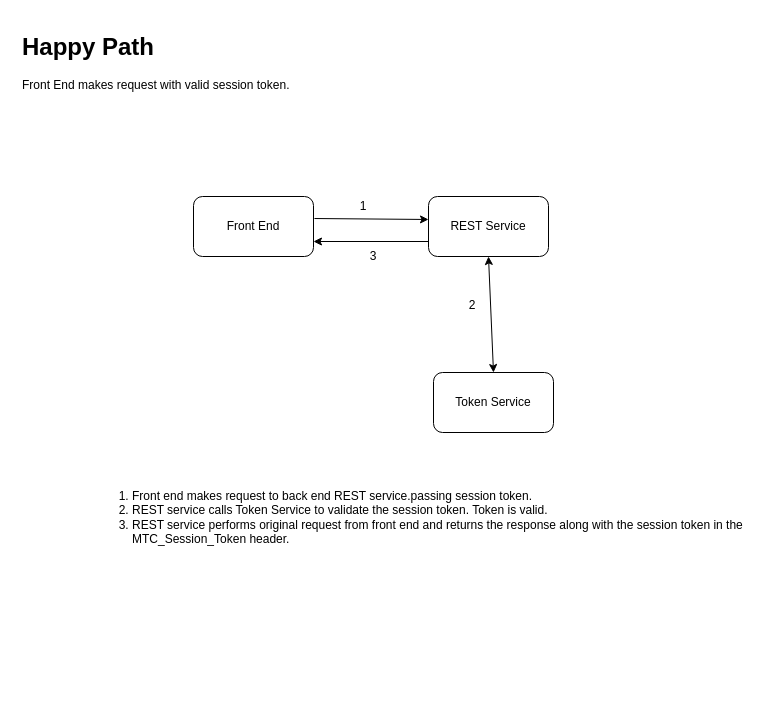
Earlier version of the draw.io diagram page "Page-1" (1 of 6) of SessionTokenFlow.drawio (bbarrington42/token-service-flows). Source tidied: cells renumbered, new cells numbered last; positions are measured from the earlier drawing's top-left corner, leaving out a move shared by most shapes. Both pictures are drawn from the tidied source at 100%, with x=0, y=0 at pixel (17, 27).
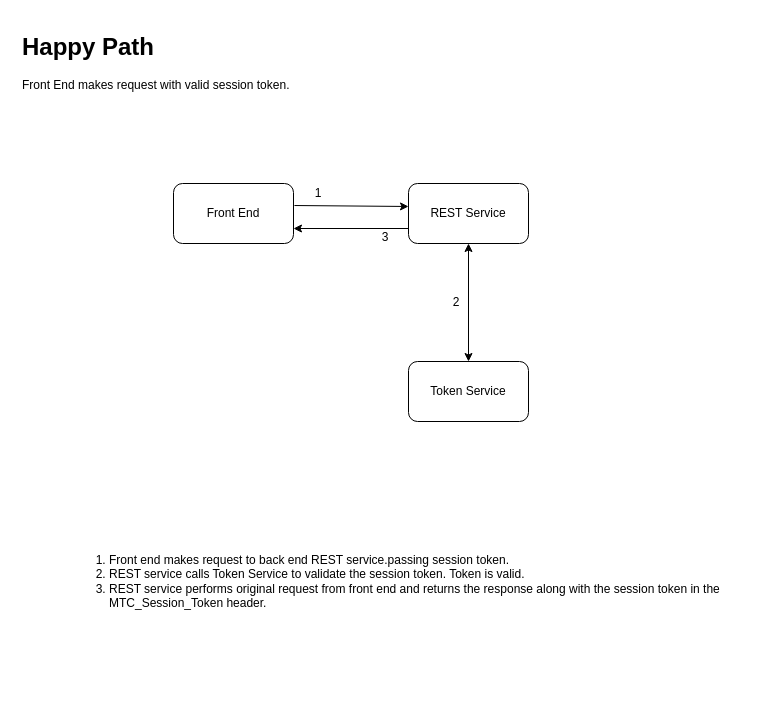
The same page after the edit.

Change to the diagram source:
```diff
@@
 <mxGraphModel>
   <root>
     <mxCell id="0" />
     <mxCell id="1" parent="0" />
     <mxCell id="2" value="&lt;ol&gt;&lt;li&gt;Front end makes request to back end REST service.passing session token.&lt;/li&gt;&lt;li&gt;REST service calls Token Service to validate the session token. Token is valid.&lt;/li&gt;&lt;li&gt;REST service performs original request from front end and returns the response along with the session token in the MTC_Session_Token header.&amp;nbsp;&lt;/li&gt;&lt;/ol&gt;" style="text;strokeColor=none;fillColor=none;html=1;whiteSpace=wrap;verticalAlign=middle;overflow=hidden;" parent="1" vertex="1">
-      <mxGeometry x="73" y="340" width="660" height="300" as="geometry" />
+      <mxGeometry x="50" y="443" width="660" height="221" as="geometry" />
     </mxCell>
     <mxCell id="3" value="&lt;h1&gt;Happy Path&lt;/h1&gt;&lt;div&gt;Front End makes request with valid session token.&lt;/div&gt;" style="text;html=1;strokeColor=none;fillColor=none;spacing=5;spacingTop=-20;whiteSpace=wrap;overflow=hidden;rounded=0;" parent="1" vertex="1">
       <mxGeometry width="668" height="120" as="geometry" />
     </mxCell>
-    <mxCell id="4" style="group;" parent="1" vertex="1">
-      <mxGeometry x="176" y="169" width="360" height="236" as="geometry" />
-    </mxCell>
+    <mxCell id="15" style="group;" parent="1" vertex="1">
+      <mxGeometry x="156" y="156" width="355" height="238" as="geometry" />
+    </mxCell>
-    <mxCell id="5" value="Front End" style="rounded=1;whiteSpace=wrap;html=1;" parent="4" vertex="1">
+    <mxCell id="5" value="Front End" style="rounded=1;whiteSpace=wrap;html=1;" parent="15" vertex="1">
       <mxGeometry width="120" height="60" as="geometry" />
     </mxCell>
-    <mxCell id="6" value="REST Service" style="rounded=1;whiteSpace=wrap;html=1;" parent="4" vertex="1">
+    <mxCell id="6" value="REST Service" style="rounded=1;whiteSpace=wrap;html=1;" parent="15" vertex="1">
       <mxGeometry x="235" width="120" height="60" as="geometry" />
     </mxCell>
-    <mxCell id="7" value="Token Service" style="rounded=1;whiteSpace=wrap;html=1;" parent="4" vertex="1">
-      <mxGeometry x="240" y="176" width="120" height="60" as="geometry" />
+    <mxCell id="7" value="Token Service" style="rounded=1;whiteSpace=wrap;html=1;" parent="15" vertex="1">
+      <mxGeometry x="235" y="178" width="120" height="60" as="geometry" />
     </mxCell>
-    <mxCell id="8" style="endArrow=classic;html=1;entryX=0;entryY=0.383;entryDx=0;entryDy=0;entryPerimeter=0;exitX=1.008;exitY=0.367;exitDx=0;exitDy=0;exitPerimeter=0;" parent="4" edge="1" source="5" target="6">
+    <mxCell id="8" style="endArrow=classic;html=1;entryX=0;entryY=0.383;entryDx=0;entryDy=0;entryPerimeter=0;exitX=1.008;exitY=0.367;exitDx=0;exitDy=0;exitPerimeter=0;" parent="15" edge="1" source="5" target="6">
       <mxGeometry relative="1" as="geometry" />
     </mxCell>
-    <mxCell id="9" value="1" style="text;html=1;strokeColor=none;fillColor=none;align=center;verticalAlign=middle;whiteSpace=wrap;rounded=0;" parent="4" vertex="1">
-      <mxGeometry x="150" width="40" height="20" as="geometry" />
+    <mxCell id="9" value="1" style="text;html=1;strokeColor=none;fillColor=none;align=center;verticalAlign=middle;whiteSpace=wrap;rounded=0;" parent="15" vertex="1">
+      <mxGeometry x="125" width="40" height="20" as="geometry" />
     </mxCell>
-    <mxCell id="10" style="endArrow=classic;html=1;entryX=1;entryY=0.75;entryDx=0;entryDy=0;exitX=0;exitY=0.75;exitDx=0;exitDy=0;" parent="4" edge="1" source="6" target="5">
+    <mxCell id="10" style="endArrow=classic;html=1;entryX=1;entryY=0.75;entryDx=0;entryDy=0;exitX=0;exitY=0.75;exitDx=0;exitDy=0;" parent="15" edge="1" source="6" target="5">
       <mxGeometry relative="1" as="geometry" />
     </mxCell>
-    <mxCell id="11" value="3" style="text;html=1;strokeColor=none;fillColor=none;align=center;verticalAlign=middle;whiteSpace=wrap;rounded=0;" parent="4" vertex="1">
-      <mxGeometry x="160" y="50" width="40" height="20" as="geometry" />
+    <mxCell id="11" value="3" style="text;html=1;strokeColor=none;fillColor=none;align=center;verticalAlign=middle;whiteSpace=wrap;rounded=0;" parent="15" vertex="1">
+      <mxGeometry x="192" y="44" width="40" height="20" as="geometry" />
     </mxCell>
-    <mxCell id="12" style="group;" parent="4" vertex="1">
-      <mxGeometry x="259" y="99" width="40" height="20" as="geometry" />
+    <mxCell id="12" style="group;" parent="15" vertex="1">
+      <mxGeometry x="263" y="109" width="40" height="20" as="geometry" />
     </mxCell>
     <mxCell id="13" value="2" style="text;html=1;strokeColor=none;fillColor=none;align=center;verticalAlign=middle;whiteSpace=wrap;rounded=0;" parent="12" vertex="1">
       <mxGeometry width="40" height="20" as="geometry" />
     </mxCell>
-    <mxCell id="14" style="endArrow=classic;startArrow=classic;html=1;exitX=0.5;exitY=0;exitDx=0;exitDy=0;entryX=0.5;entryY=1;entryDx=0;entryDy=0;" parent="4" edge="1" source="7" target="6">
+    <mxCell id="14" style="endArrow=classic;startArrow=classic;html=1;exitX=0.5;exitY=0;exitDx=0;exitDy=0;entryX=0.5;entryY=1;entryDx=0;entryDy=0;" parent="15" edge="1" source="7" target="6">
       <mxGeometry relative="1" as="geometry" />
     </mxCell>
   </root>
 </mxGraphModel>
```
